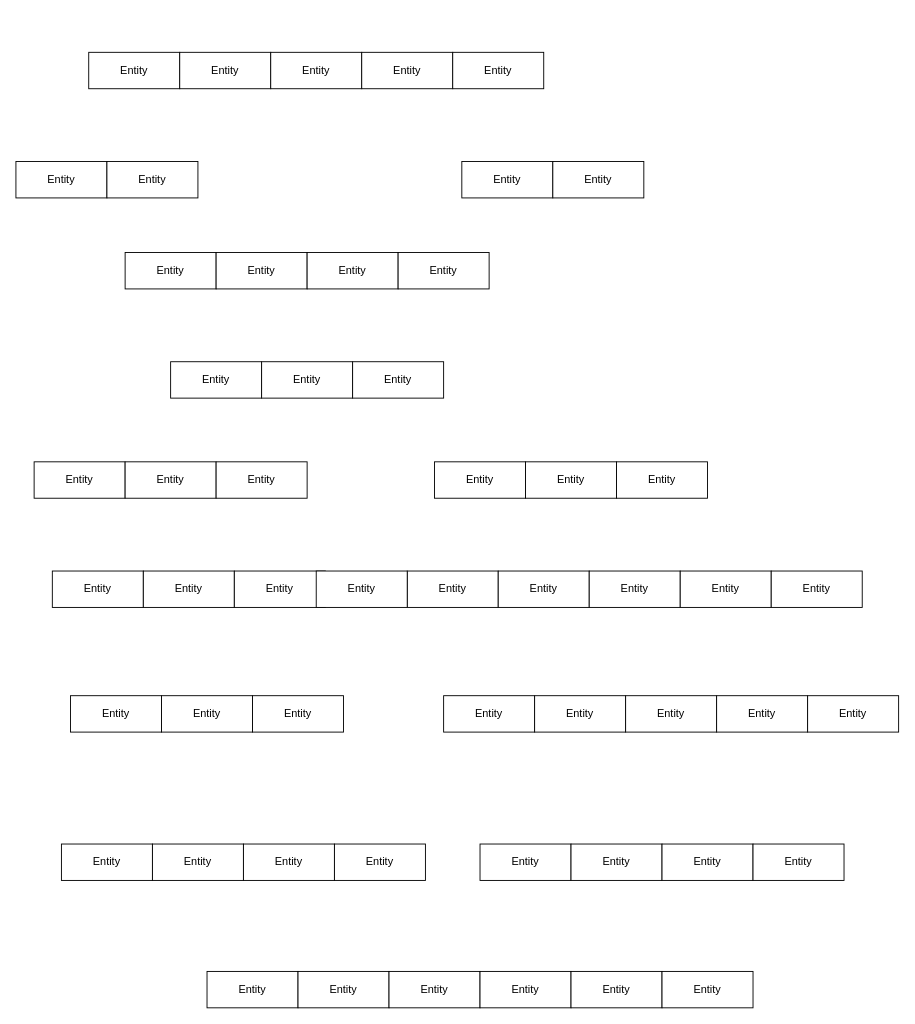
kkdotpy/Case-Diagram-IS3430 keeps this draw.io diagram as IS3331_HW1_RelationalModel.drawio. Above is the earlier version. Source tidied: cells renumbered, new cells numbered last; positions are measured from the earlier drawing's top-left corner, leaving out a move shared by most shapes. Both pictures are drawn from the tidied source at 91%, with x=0, y=0 at pixel (15, 52).
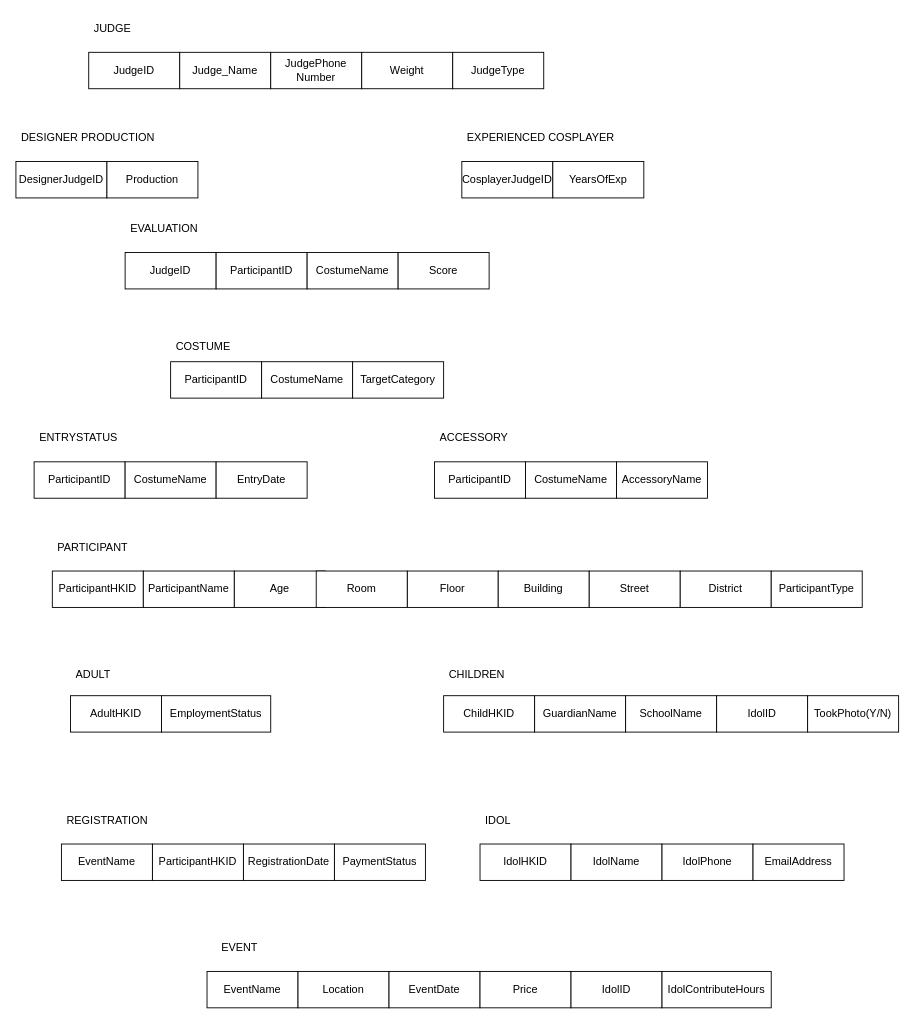
The same diagram, later.

Diff of the diagram source:
```diff
@@
-    <mxCell id="2" value="Entity" style="whiteSpace=wrap;html=1;align=center;" parent="1" vertex="1">
+    <mxCell id="2" value="JudgeID" style="whiteSpace=wrap;html=1;align=center;" parent="1" vertex="1">
       <mxGeometry x="80" width="100" height="40" as="geometry" />
     </mxCell>
-    <mxCell id="3" value="Entity" style="whiteSpace=wrap;html=1;align=center;" parent="1" vertex="1">
+    <mxCell id="3" value="Judge_Name" style="whiteSpace=wrap;html=1;align=center;" parent="1" vertex="1">
       <mxGeometry x="180" width="100" height="40" as="geometry" />
     </mxCell>
-    <mxCell id="4" value="Entity" style="whiteSpace=wrap;html=1;align=center;" parent="1" vertex="1">
+    <mxCell id="4" value="JudgePhone&lt;div&gt;Number&lt;/div&gt;" style="whiteSpace=wrap;html=1;align=center;" parent="1" vertex="1">
       <mxGeometry x="280" width="100" height="40" as="geometry" />
     </mxCell>
-    <mxCell id="5" value="Entity" style="whiteSpace=wrap;html=1;align=center;" parent="1" vertex="1">
+    <mxCell id="5" value="Weight" style="whiteSpace=wrap;html=1;align=center;" parent="1" vertex="1">
       <mxGeometry x="380" width="100" height="40" as="geometry" />
     </mxCell>
-    <mxCell id="6" value="Entity" style="whiteSpace=wrap;html=1;align=center;" parent="1" vertex="1">
+    <mxCell id="6" value="JudgeType" style="whiteSpace=wrap;html=1;align=center;" parent="1" vertex="1">
       <mxGeometry x="480" width="100" height="40" as="geometry" />
     </mxCell>
-    <mxCell id="7" value="Entity" style="whiteSpace=wrap;html=1;align=center;" parent="1" vertex="1">
+    <mxCell id="7" value="DesignerJudgeID" style="whiteSpace=wrap;html=1;align=center;" parent="1" vertex="1">
       <mxGeometry y="120" width="100" height="40" as="geometry" />
     </mxCell>
-    <mxCell id="8" value="Entity" style="whiteSpace=wrap;html=1;align=center;" parent="1" vertex="1">
+    <mxCell id="8" value="Production" style="whiteSpace=wrap;html=1;align=center;" parent="1" vertex="1">
       <mxGeometry x="100" y="120" width="100" height="40" as="geometry" />
     </mxCell>
-    <mxCell id="9" value="Entity" style="whiteSpace=wrap;html=1;align=center;" parent="1" vertex="1">
+    <mxCell id="9" value="CosplayerJudgeID" style="whiteSpace=wrap;html=1;align=center;" parent="1" vertex="1">
       <mxGeometry x="490" y="120" width="100" height="40" as="geometry" />
     </mxCell>
-    <mxCell id="10" value="Entity" style="whiteSpace=wrap;html=1;align=center;" parent="1" vertex="1">
+    <mxCell id="10" value="YearsOfExp" style="whiteSpace=wrap;html=1;align=center;" parent="1" vertex="1">
       <mxGeometry x="590" y="120" width="100" height="40" as="geometry" />
     </mxCell>
-    <mxCell id="11" value="Entity" style="whiteSpace=wrap;html=1;align=center;" parent="1" vertex="1">
+    <mxCell id="11" value="JudgeID" style="whiteSpace=wrap;html=1;align=center;" parent="1" vertex="1">
       <mxGeometry x="120" y="220" width="100" height="40" as="geometry" />
     </mxCell>
-    <mxCell id="12" value="Entity" style="whiteSpace=wrap;html=1;align=center;" parent="1" vertex="1">
+    <mxCell id="12" value="ParticipantID" style="whiteSpace=wrap;html=1;align=center;" parent="1" vertex="1">
       <mxGeometry x="220" y="220" width="100" height="40" as="geometry" />
     </mxCell>
-    <mxCell id="13" value="Entity" style="whiteSpace=wrap;html=1;align=center;" parent="1" vertex="1">
+    <mxCell id="13" value="CostumeName" style="whiteSpace=wrap;html=1;align=center;" parent="1" vertex="1">
       <mxGeometry x="320" y="220" width="100" height="40" as="geometry" />
     </mxCell>
-    <mxCell id="14" value="Entity" style="whiteSpace=wrap;html=1;align=center;" parent="1" vertex="1">
+    <mxCell id="14" value="Score" style="whiteSpace=wrap;html=1;align=center;" parent="1" vertex="1">
       <mxGeometry x="420" y="220" width="100" height="40" as="geometry" />
     </mxCell>
-    <mxCell id="15" value="Entity" style="whiteSpace=wrap;html=1;align=center;" parent="1" vertex="1">
+    <mxCell id="15" value="ParticipantID" style="whiteSpace=wrap;html=1;align=center;" parent="1" vertex="1">
       <mxGeometry x="170" y="340" width="100" height="40" as="geometry" />
     </mxCell>
-    <mxCell id="16" value="Entity" style="whiteSpace=wrap;html=1;align=center;" parent="1" vertex="1">
+    <mxCell id="16" value="CostumeName" style="whiteSpace=wrap;html=1;align=center;" parent="1" vertex="1">
       <mxGeometry x="270" y="340" width="100" height="40" as="geometry" />
     </mxCell>
-    <mxCell id="17" value="Entity" style="whiteSpace=wrap;html=1;align=center;" parent="1" vertex="1">
+    <mxCell id="17" value="TargetCategory" style="whiteSpace=wrap;html=1;align=center;" parent="1" vertex="1">
       <mxGeometry x="370" y="340" width="100" height="40" as="geometry" />
     </mxCell>
-    <mxCell id="18" value="Entity" style="whiteSpace=wrap;html=1;align=center;" parent="1" vertex="1">
+    <mxCell id="18" value="ParticipantID" style="whiteSpace=wrap;html=1;align=center;" parent="1" vertex="1">
       <mxGeometry x="20" y="450" width="100" height="40" as="geometry" />
     </mxCell>
-    <mxCell id="19" value="Entity" style="whiteSpace=wrap;html=1;align=center;" parent="1" vertex="1">
+    <mxCell id="19" value="CostumeName" style="whiteSpace=wrap;html=1;align=center;" parent="1" vertex="1">
       <mxGeometry x="120" y="450" width="100" height="40" as="geometry" />
     </mxCell>
-    <mxCell id="20" value="Entity" style="whiteSpace=wrap;html=1;align=center;" parent="1" vertex="1">
+    <mxCell id="20" value="EntryDate" style="whiteSpace=wrap;html=1;align=center;" parent="1" vertex="1">
       <mxGeometry x="220" y="450" width="100" height="40" as="geometry" />
     </mxCell>
-    <mxCell id="21" value="Entity" style="whiteSpace=wrap;html=1;align=center;" parent="1" vertex="1">
+    <mxCell id="21" value="ParticipantID" style="whiteSpace=wrap;html=1;align=center;" parent="1" vertex="1">
       <mxGeometry x="460" y="450" width="100" height="40" as="geometry" />
     </mxCell>
-    <mxCell id="22" value="Entity" style="whiteSpace=wrap;html=1;align=center;" parent="1" vertex="1">
+    <mxCell id="22" value="CostumeName" style="whiteSpace=wrap;html=1;align=center;" parent="1" vertex="1">
       <mxGeometry x="560" y="450" width="100" height="40" as="geometry" />
     </mxCell>
-    <mxCell id="23" value="Entity" style="whiteSpace=wrap;html=1;align=center;" parent="1" vertex="1">
+    <mxCell id="23" value="AccessoryName" style="whiteSpace=wrap;html=1;align=center;" parent="1" vertex="1">
       <mxGeometry x="660" y="450" width="100" height="40" as="geometry" />
     </mxCell>
-    <mxCell id="24" value="Entity" style="whiteSpace=wrap;html=1;align=center;" parent="1" vertex="1">
+    <mxCell id="24" value="ParticipantHKID" style="whiteSpace=wrap;html=1;align=center;" parent="1" vertex="1">
       <mxGeometry x="40" y="570" width="100" height="40" as="geometry" />
     </mxCell>
-    <mxCell id="25" value="Entity" style="whiteSpace=wrap;html=1;align=center;" parent="1" vertex="1">
+    <mxCell id="25" value="ParticipantName" style="whiteSpace=wrap;html=1;align=center;" parent="1" vertex="1">
       <mxGeometry x="140" y="570" width="100" height="40" as="geometry" />
     </mxCell>
-    <mxCell id="26" value="Entity" style="whiteSpace=wrap;html=1;align=center;" parent="1" vertex="1">
+    <mxCell id="26" value="Age" style="whiteSpace=wrap;html=1;align=center;" parent="1" vertex="1">
       <mxGeometry x="240" y="570" width="100" height="40" as="geometry" />
     </mxCell>
-    <mxCell id="27" value="Entity" style="whiteSpace=wrap;html=1;align=center;" parent="1" vertex="1">
+    <mxCell id="27" value="Floor" style="whiteSpace=wrap;html=1;align=center;" parent="1" vertex="1">
       <mxGeometry x="430" y="570" width="100" height="40" as="geometry" />
     </mxCell>
-    <mxCell id="28" value="Entity" style="whiteSpace=wrap;html=1;align=center;" parent="1" vertex="1">
+    <mxCell id="28" value="Room" style="whiteSpace=wrap;html=1;align=center;" parent="1" vertex="1">
       <mxGeometry x="330" y="570" width="100" height="40" as="geometry" />
     </mxCell>
-    <mxCell id="29" value="Entity" style="whiteSpace=wrap;html=1;align=center;" parent="1" vertex="1">
+    <mxCell id="29" value="Building" style="whiteSpace=wrap;html=1;align=center;" parent="1" vertex="1">
       <mxGeometry x="530" y="570" width="100" height="40" as="geometry" />
     </mxCell>
-    <mxCell id="30" value="Entity" style="whiteSpace=wrap;html=1;align=center;" parent="1" vertex="1">
+    <mxCell id="30" value="Street" style="whiteSpace=wrap;html=1;align=center;" parent="1" vertex="1">
       <mxGeometry x="630" y="570" width="100" height="40" as="geometry" />
     </mxCell>
-    <mxCell id="31" value="Entity" style="whiteSpace=wrap;html=1;align=center;" parent="1" vertex="1">
+    <mxCell id="31" value="District" style="whiteSpace=wrap;html=1;align=center;" parent="1" vertex="1">
       <mxGeometry x="730" y="570" width="100" height="40" as="geometry" />
     </mxCell>
-    <mxCell id="32" value="Entity" style="whiteSpace=wrap;html=1;align=center;" parent="1" vertex="1">
+    <mxCell id="32" value="ParticipantType" style="whiteSpace=wrap;html=1;align=center;" parent="1" vertex="1">
       <mxGeometry x="830" y="570" width="100" height="40" as="geometry" />
     </mxCell>
-    <mxCell id="33" value="Entity" style="whiteSpace=wrap;html=1;align=center;" parent="1" vertex="1">
+    <mxCell id="33" value="ChildHKID" style="whiteSpace=wrap;html=1;align=center;" parent="1" vertex="1">
       <mxGeometry x="470" y="707" width="100" height="40" as="geometry" />
     </mxCell>
-    <mxCell id="34" value="Entity" style="whiteSpace=wrap;html=1;align=center;" parent="1" vertex="1">
+    <mxCell id="34" value="GuardianName" style="whiteSpace=wrap;html=1;align=center;" parent="1" vertex="1">
       <mxGeometry x="570" y="707" width="100" height="40" as="geometry" />
     </mxCell>
-    <mxCell id="35" value="Entity" style="whiteSpace=wrap;html=1;align=center;" parent="1" vertex="1">
+    <mxCell id="35" value="SchoolName" style="whiteSpace=wrap;html=1;align=center;" parent="1" vertex="1">
       <mxGeometry x="670" y="707" width="100" height="40" as="geometry" />
     </mxCell>
-    <mxCell id="36" value="Entity" style="whiteSpace=wrap;html=1;align=center;" parent="1" vertex="1">
+    <mxCell id="36" value="IdolID" style="whiteSpace=wrap;html=1;align=center;" parent="1" vertex="1">
       <mxGeometry x="770" y="707" width="100" height="40" as="geometry" />
     </mxCell>
-    <mxCell id="37" value="Entity" style="whiteSpace=wrap;html=1;align=center;" parent="1" vertex="1">
+    <mxCell id="37" value="TookPhoto(Y/N)" style="whiteSpace=wrap;html=1;align=center;" parent="1" vertex="1">
       <mxGeometry x="870" y="707" width="100" height="40" as="geometry" />
     </mxCell>
-    <mxCell id="38" value="Entity" style="whiteSpace=wrap;html=1;align=center;" parent="1" vertex="1">
+    <mxCell id="38" value="AdultHKID" style="whiteSpace=wrap;html=1;align=center;" parent="1" vertex="1">
       <mxGeometry x="60" y="707" width="100" height="40" as="geometry" />
     </mxCell>
-    <mxCell id="39" value="Entity" style="whiteSpace=wrap;html=1;align=center;" parent="1" vertex="1">
-      <mxGeometry x="160" y="707" width="100" height="40" as="geometry" />
+    <mxCell id="39" value="EmploymentStatus" style="whiteSpace=wrap;html=1;align=center;" parent="1" vertex="1">
+      <mxGeometry x="160" y="707" width="120" height="40" as="geometry" />
     </mxCell>
-    <mxCell id="40" value="Entity" style="whiteSpace=wrap;html=1;align=center;" parent="1" vertex="1">
-      <mxGeometry x="260" y="707" width="100" height="40" as="geometry" />
-    </mxCell>
-    <mxCell id="41" value="Entity" style="whiteSpace=wrap;html=1;align=center;" parent="1" vertex="1">
+    <mxCell id="41" value="EventName" style="whiteSpace=wrap;html=1;align=center;" parent="1" vertex="1">
       <mxGeometry x="50" y="870" width="100" height="40" as="geometry" />
     </mxCell>
-    <mxCell id="42" value="Entity" style="whiteSpace=wrap;html=1;align=center;" parent="1" vertex="1">
+    <mxCell id="42" value="ParticipantHKID" style="whiteSpace=wrap;html=1;align=center;" parent="1" vertex="1">
       <mxGeometry x="150" y="870" width="100" height="40" as="geometry" />
     </mxCell>
-    <mxCell id="43" value="Entity" style="whiteSpace=wrap;html=1;align=center;" parent="1" vertex="1">
+    <mxCell id="43" value="RegistrationDate" style="whiteSpace=wrap;html=1;align=center;" parent="1" vertex="1">
       <mxGeometry x="250" y="870" width="100" height="40" as="geometry" />
     </mxCell>
-    <mxCell id="44" value="Entity" style="whiteSpace=wrap;html=1;align=center;" parent="1" vertex="1">
+    <mxCell id="44" value="PaymentStatus" style="whiteSpace=wrap;html=1;align=center;" parent="1" vertex="1">
       <mxGeometry x="350" y="870" width="100" height="40" as="geometry" />
     </mxCell>
-    <mxCell id="45" value="Entity" style="whiteSpace=wrap;html=1;align=center;" parent="1" vertex="1">
+    <mxCell id="45" value="IdolHKID" style="whiteSpace=wrap;html=1;align=center;" parent="1" vertex="1">
       <mxGeometry x="510" y="870" width="100" height="40" as="geometry" />
     </mxCell>
-    <mxCell id="46" value="Entity" style="whiteSpace=wrap;html=1;align=center;" parent="1" vertex="1">
+    <mxCell id="46" value="IdolName" style="whiteSpace=wrap;html=1;align=center;" parent="1" vertex="1">
       <mxGeometry x="610" y="870" width="100" height="40" as="geometry" />
     </mxCell>
-    <mxCell id="47" value="Entity" style="whiteSpace=wrap;html=1;align=center;" parent="1" vertex="1">
+    <mxCell id="47" value="IdolPhone" style="whiteSpace=wrap;html=1;align=center;" parent="1" vertex="1">
       <mxGeometry x="710" y="870" width="100" height="40" as="geometry" />
     </mxCell>
-    <mxCell id="48" value="Entity" style="whiteSpace=wrap;html=1;align=center;" parent="1" vertex="1">
+    <mxCell id="48" value="EmailAddress" style="whiteSpace=wrap;html=1;align=center;" parent="1" vertex="1">
       <mxGeometry x="810" y="870" width="100" height="40" as="geometry" />
     </mxCell>
-    <mxCell id="49" value="Entity" style="whiteSpace=wrap;html=1;align=center;" parent="1" vertex="1">
+    <mxCell id="49" value="EventName" style="whiteSpace=wrap;html=1;align=center;" parent="1" vertex="1">
       <mxGeometry x="210" y="1010" width="100" height="40" as="geometry" />
     </mxCell>
-    <mxCell id="50" value="Entity" style="whiteSpace=wrap;html=1;align=center;" parent="1" vertex="1">
+    <mxCell id="50" value="Location" style="whiteSpace=wrap;html=1;align=center;" parent="1" vertex="1">
       <mxGeometry x="310" y="1010" width="100" height="40" as="geometry" />
     </mxCell>
-    <mxCell id="51" value="Entity" style="whiteSpace=wrap;html=1;align=center;" parent="1" vertex="1">
+    <mxCell id="51" value="EventDate" style="whiteSpace=wrap;html=1;align=center;" parent="1" vertex="1">
       <mxGeometry x="410" y="1010" width="100" height="40" as="geometry" />
     </mxCell>
-    <mxCell id="52" value="Entity" style="whiteSpace=wrap;html=1;align=center;" parent="1" vertex="1">
+    <mxCell id="52" value="Price" style="whiteSpace=wrap;html=1;align=center;" parent="1" vertex="1">
       <mxGeometry x="510" y="1010" width="100" height="40" as="geometry" />
     </mxCell>
-    <mxCell id="53" value="Entity" style="whiteSpace=wrap;html=1;align=center;" parent="1" vertex="1">
+    <mxCell id="53" value="IdolID" style="whiteSpace=wrap;html=1;align=center;" parent="1" vertex="1">
       <mxGeometry x="610" y="1010" width="100" height="40" as="geometry" />
     </mxCell>
-    <mxCell id="54" value="Entity" style="whiteSpace=wrap;html=1;align=center;" parent="1" vertex="1">
-      <mxGeometry x="710" y="1010" width="100" height="40" as="geometry" />
+    <mxCell id="54" value="IdolContributeHours" style="whiteSpace=wrap;html=1;align=center;" parent="1" vertex="1">
+      <mxGeometry x="710" y="1010" width="120" height="40" as="geometry" />
     </mxCell>
+    <mxCell id="55" value="EVENT" style="text;strokeColor=none;fillColor=none;spacingLeft=4;spacingRight=4;overflow=hidden;fontSize=12;whiteSpace=wrap;html=1;" parent="1" vertex="1">
+      <mxGeometry x="220" y="970" width="200" height="30" as="geometry" />
+    </mxCell>
+    <mxCell id="56" value="REGISTRATION" style="text;strokeColor=none;fillColor=none;spacingLeft=4;spacingRight=4;overflow=hidden;fontSize=12;whiteSpace=wrap;html=1;" parent="1" vertex="1">
+      <mxGeometry x="50" y="830" width="200" height="30" as="geometry" />
+    </mxCell>
+    <mxCell id="57" value="IDOL" style="text;strokeColor=none;fillColor=none;spacingLeft=4;spacingRight=4;overflow=hidden;fontSize=12;whiteSpace=wrap;html=1;" parent="1" vertex="1">
+      <mxGeometry x="510" y="830" width="200" height="30" as="geometry" />
+    </mxCell>
+    <mxCell id="58" value="CHILDREN" style="text;strokeColor=none;fillColor=none;spacingLeft=4;spacingRight=4;overflow=hidden;fontSize=12;whiteSpace=wrap;html=1;" parent="1" vertex="1">
+      <mxGeometry x="470" y="670" width="200" height="30" as="geometry" />
+    </mxCell>
+    <mxCell id="59" value="ADULT" style="text;strokeColor=none;fillColor=none;spacingLeft=4;spacingRight=4;overflow=hidden;fontSize=12;whiteSpace=wrap;html=1;" parent="1" vertex="1">
+      <mxGeometry x="60" y="670" width="200" height="30" as="geometry" />
+    </mxCell>
+    <mxCell id="60" value="PARTICIPANT" style="text;strokeColor=none;fillColor=none;spacingLeft=4;spacingRight=4;overflow=hidden;fontSize=12;whiteSpace=wrap;html=1;" parent="1" vertex="1">
+      <mxGeometry x="40" y="530" width="200" height="30" as="geometry" />
+    </mxCell>
+    <mxCell id="61" value="ENTRYSTATUS" style="text;strokeColor=none;fillColor=none;spacingLeft=4;spacingRight=4;overflow=hidden;fontSize=12;whiteSpace=wrap;html=1;" parent="1" vertex="1">
+      <mxGeometry x="20" y="410" width="200" height="30" as="geometry" />
+    </mxCell>
+    <mxCell id="62" value="ACCESSORY" style="text;strokeColor=none;fillColor=none;spacingLeft=4;spacingRight=4;overflow=hidden;fontSize=12;whiteSpace=wrap;html=1;" parent="1" vertex="1">
+      <mxGeometry x="460" y="410" width="200" height="30" as="geometry" />
+    </mxCell>
+    <mxCell id="63" value="COSTUME" style="text;strokeColor=none;fillColor=none;spacingLeft=4;spacingRight=4;overflow=hidden;fontSize=12;whiteSpace=wrap;html=1;" parent="1" vertex="1">
+      <mxGeometry x="170" y="310" width="200" height="30" as="geometry" />
+    </mxCell>
+    <mxCell id="64" value="EVALUATION" style="text;strokeColor=none;fillColor=none;spacingLeft=4;spacingRight=4;overflow=hidden;fontSize=12;whiteSpace=wrap;html=1;" parent="1" vertex="1">
+      <mxGeometry x="120" y="180" width="200" height="30" as="geometry" />
+    </mxCell>
+    <mxCell id="65" value="EXPERIENCED COSPLAYER" style="text;strokeColor=none;fillColor=none;spacingLeft=4;spacingRight=4;overflow=hidden;fontSize=12;whiteSpace=wrap;html=1;" parent="1" vertex="1">
+      <mxGeometry x="490" y="80" width="200" height="30" as="geometry" />
+    </mxCell>
+    <mxCell id="66" value="JUDGE" style="text;strokeColor=none;fillColor=none;spacingLeft=4;spacingRight=4;overflow=hidden;fontSize=12;whiteSpace=wrap;html=1;" parent="1" vertex="1">
+      <mxGeometry x="80" y="-40" width="200" height="30" as="geometry" />
+    </mxCell>
+    <mxCell id="67" value="DESIGNER PRODUCTION" style="text;strokeColor=none;fillColor=none;spacingLeft=4;spacingRight=4;overflow=hidden;fontSize=12;whiteSpace=wrap;html=1;" parent="1" vertex="1">
+      <mxGeometry y="80" width="200" height="30" as="geometry" />
+    </mxCell>
```
